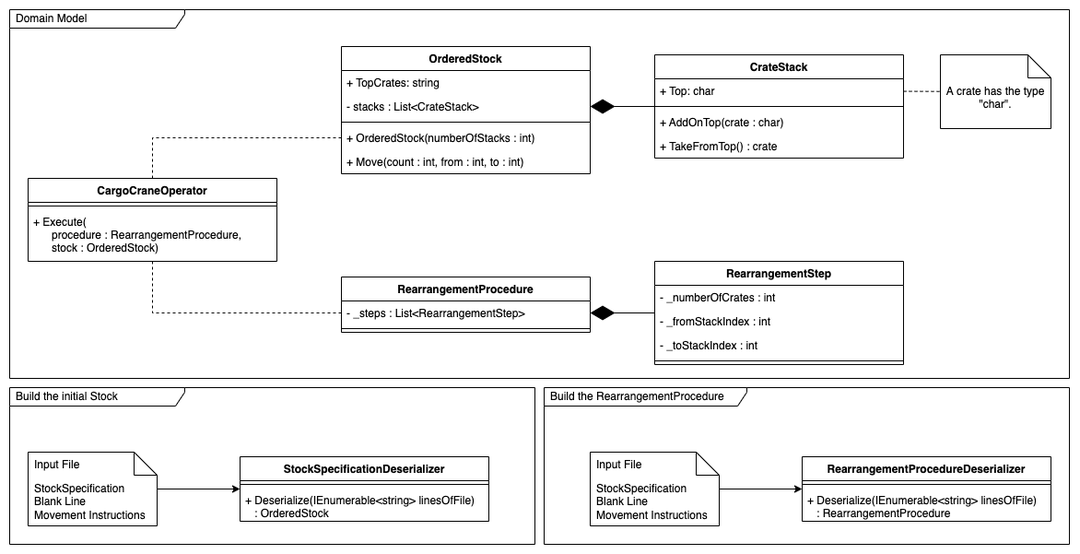
wonderbirds-katas/AdventOfCode2022 keeps this draw.io diagram as Day05SupplyStacks/design.drawio.png. Above is the earlier version. Source tidied: cells renumbered, new cells last; positions are measured from the earlier drawing's top-left corner, leaving out a move shared by most shapes.
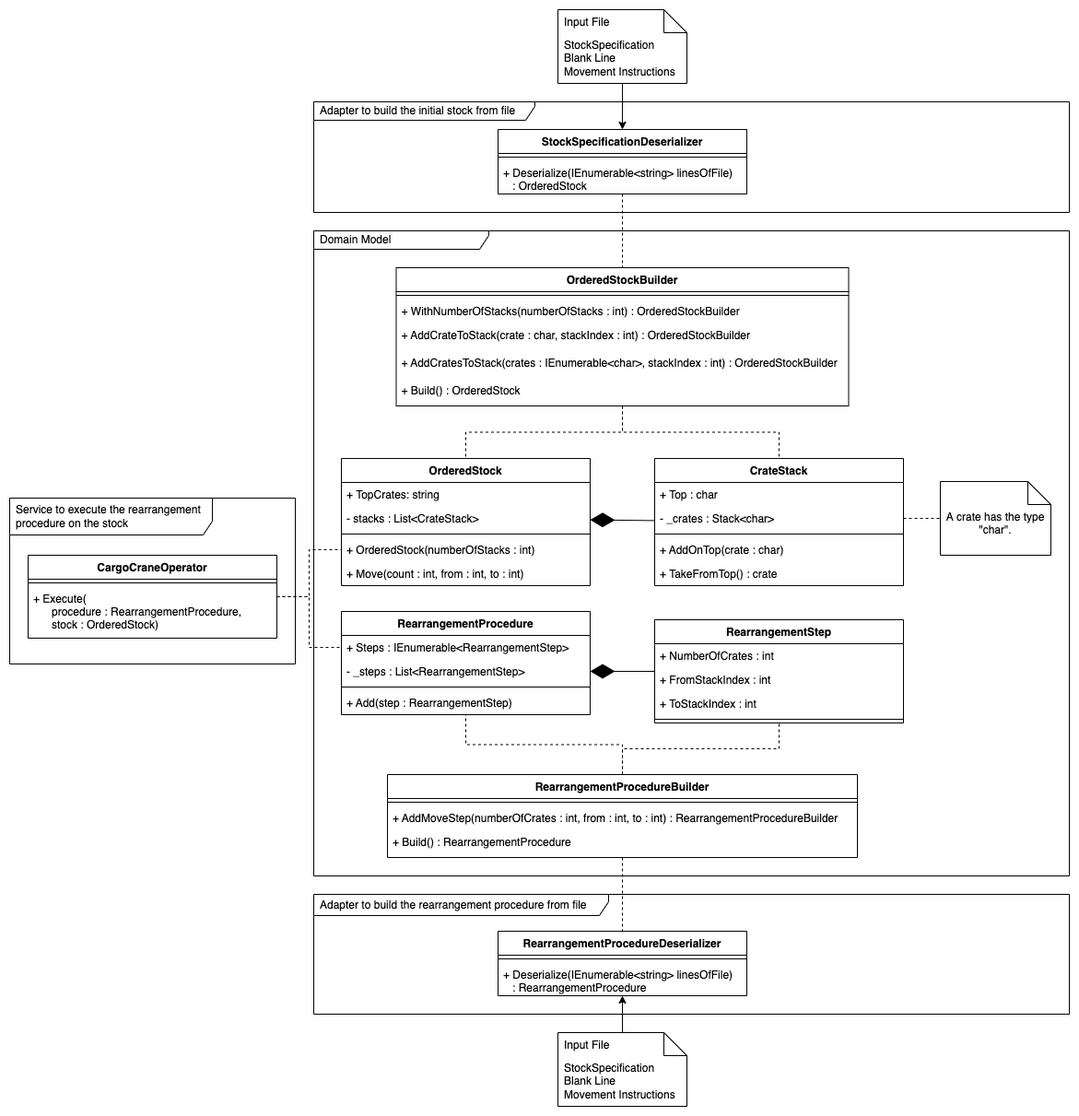
After the commit.

What changed in the source:
```diff
@@ -3,25 +3,28 @@
     <mxCell id="0" />
     <mxCell id="1" parent="0" />
     <mxCell id="2" style="rounded=0;whiteSpace=wrap;html=1;strokeColor=none;" parent="1" vertex="1">
-      <mxGeometry width="1170" height="600" as="geometry" />
+      <mxGeometry x="1169" y="-827" width="1170" height="1210" as="geometry" />
     </mxCell>
     <mxCell id="3" value="Domain Model" style="shape=umlFrame;whiteSpace=wrap;html=1;width=190;height=20;boundedLbl=1;verticalAlign=middle;align=left;spacingLeft=5;" parent="1" vertex="1">
-      <mxGeometry x="10" y="10" width="1150" height="400" as="geometry" />
+      <mxGeometry x="1509" y="-577" width="820" height="700" as="geometry" />
     </mxCell>
     <mxCell id="4" value="CrateStack" style="swimlane;fontStyle=1;align=center;verticalAlign=top;horizontal=1;startSize=26;" parent="1" vertex="1">
-      <mxGeometry x="710" y="59" width="270" height="112" as="geometry" />
+      <mxGeometry x="1879" y="-330" width="270" height="138" as="geometry" />
     </mxCell>
+    <mxCell id="46" value="+ Top : char" style="text;strokeColor=none;fillColor=none;align=left;verticalAlign=top;spacingLeft=4;spacingRight=4;overflow=hidden;" parent="4" vertex="1">
+      <mxGeometry y="26" width="270" height="26" as="geometry" />
+    </mxCell>
-    <mxCell id="5" value="+ Top: char" style="text;strokeColor=none;fillColor=none;align=left;verticalAlign=top;spacingLeft=4;spacingRight=4;overflow=hidden;points=[[0,0.5],[1,0.5]];portConstraint=eastwest;" parent="4" vertex="1">
-      <mxGeometry y="26" width="270" height="26" as="geometry" />
+    <mxCell id="5" value="- _crates : Stack&lt;char&gt;" style="text;strokeColor=none;fillColor=none;align=left;verticalAlign=top;spacingLeft=4;spacingRight=4;overflow=hidden;points=[[0,0.5],[1,0.5]];portConstraint=eastwest;" parent="4" vertex="1">
+      <mxGeometry y="52" width="270" height="26" as="geometry" />
     </mxCell>
     <mxCell id="6" style="line;strokeWidth=1;fillColor=none;align=left;verticalAlign=middle;spacingTop=-1;spacingLeft=3;spacingRight=3;labelPosition=right;strokeColor=inherit;" parent="4" vertex="1">
-      <mxGeometry y="52" width="270" height="8" as="geometry" />
+      <mxGeometry y="78" width="270" height="8" as="geometry" />
     </mxCell>
     <mxCell id="7" value="+ AddOnTop(crate : char)" style="text;strokeColor=none;fillColor=none;align=left;verticalAlign=top;spacingLeft=4;spacingRight=4;overflow=hidden;" parent="4" vertex="1">
-      <mxGeometry y="60" width="270" height="26" as="geometry" />
+      <mxGeometry y="86" width="270" height="26" as="geometry" />
     </mxCell>
     <mxCell id="8" value="+ TakeFromTop() : crate" style="text;strokeColor=none;fillColor=none;align=left;verticalAlign=top;spacingLeft=4;spacingRight=4;overflow=hidden;" parent="4" vertex="1">
-      <mxGeometry y="86" width="270" height="26" as="geometry" />
+      <mxGeometry y="112" width="270" height="26" as="geometry" />
     </mxCell>
     <mxCell id="9" style="edgeStyle=orthogonalEdgeStyle;rounded=0;jettySize=auto;html=1;entryX=0;entryY=0.5;entryDx=0;entryDy=0;dashed=1;endArrow=none;endFill=0;" parent="1" edge="1" source="11" target="18">
       <mxGeometry relative="1" as="geometry" />
@@ -30,7 +33,7 @@
       <mxGeometry relative="1" as="geometry" />
     </mxCell>
     <mxCell id="11" value="CargoCraneOperator" style="swimlane;fontStyle=1;align=center;verticalAlign=top;horizontal=1;startSize=26;" parent="1" vertex="1">
-      <mxGeometry x="30" y="193" width="270" height="90" as="geometry" />
+      <mxGeometry x="1199" y="-225" width="270" height="90" as="geometry" />
     </mxCell>
     <mxCell id="12" style="line;strokeWidth=1;fillColor=none;align=left;verticalAlign=middle;spacingTop=-1;spacingLeft=3;spacingRight=3;labelPosition=right;strokeColor=inherit;" parent="11" vertex="1">
       <mxGeometry y="26" width="270" height="8" as="geometry" />
@@ -39,7 +42,7 @@
       <mxGeometry y="34" width="270" height="56" as="geometry" />
     </mxCell>
     <mxCell id="14" value="OrderedStock" style="swimlane;fontStyle=1;align=center;verticalAlign=top;horizontal=1;startSize=26;" parent="1" vertex="1">
-      <mxGeometry x="370" y="50" width="270" height="138" as="geometry" />
+      <mxGeometry x="1539" y="-330" width="270" height="138" as="geometry" />
     </mxCell>
     <mxCell id="15" value="+ TopCrates: string" style="text;strokeColor=none;fillColor=none;align=left;verticalAlign=top;spacingLeft=4;spacingRight=4;overflow=hidden;" parent="14" vertex="1">
       <mxGeometry y="26" width="270" height="26" as="geometry" />
@@ -57,7 +60,7 @@
       <mxGeometry y="112" width="270" height="26" as="geometry" />
     </mxCell>
     <mxCell id="20" value="A crate has the type &quot;char&quot;." style="shape=note2;boundedLbl=1;whiteSpace=wrap;html=1;size=25;verticalAlign=top;align=center;" parent="1" vertex="1">
-      <mxGeometry x="1020" y="59" width="120" height="80" as="geometry" />
+      <mxGeometry x="2189" y="-305" width="120" height="80" as="geometry" />
     </mxCell>
     <mxCell id="21" style="endArrow=none;dashed=1;html=1;rounded=0;" parent="1" edge="1" source="5" target="20">
       <mxGeometry relative="1" as="geometry" />
@@ -65,20 +68,23 @@
     <mxCell id="22" style="endArrow=diamondThin;endFill=1;endSize=24;html=1;rounded=0;" parent="1" edge="1" source="4" target="16">
       <mxGeometry relative="1" as="geometry" />
     </mxCell>
-    <mxCell id="23" value="Build the initial Stock" style="shape=umlFrame;whiteSpace=wrap;html=1;width=190;height=20;boundedLbl=1;verticalAlign=middle;align=left;spacingLeft=5;" parent="1" vertex="1">
-      <mxGeometry x="10" y="420" width="570" height="170" as="geometry" />
+    <mxCell id="23" value="Adapter to build the initial stock from file" style="shape=umlFrame;whiteSpace=wrap;html=1;width=240;height=20;boundedLbl=1;verticalAlign=middle;align=left;spacingLeft=5;" parent="1" vertex="1">
+      <mxGeometry x="1509" y="-717" width="820" height="120" as="geometry" />
     </mxCell>
     <mxCell id="24" style="edgeStyle=orthogonalEdgeStyle;rounded=0;jettySize=auto;html=1;" parent="1" edge="1" source="25" target="27">
       <mxGeometry relative="1" as="geometry" />
     </mxCell>
     <mxCell id="25" value="StockSpecification&lt;br&gt;Blank Line&lt;br&gt;Movement Instructions" style="shape=note2;boundedLbl=1;whiteSpace=wrap;html=1;size=25;verticalAlign=top;align=left;spacingLeft=5;" parent="1" vertex="1">
-      <mxGeometry x="30" y="490" width="140" height="80" as="geometry" />
+      <mxGeometry x="1774" y="-817" width="140" height="80" as="geometry" />
     </mxCell>
     <mxCell id="26" value="Input File" style="strokeColor=none;fillColor=none;align=left;spacingLeft=5;" parent="25" vertex="1">
       <mxGeometry width="140" height="25" relative="1" as="geometry" />
     </mxCell>
+    <mxCell id="47" style="edgeStyle=orthogonalEdgeStyle;rounded=0;jettySize=auto;html=1;dashed=1;endArrow=none;endFill=0;" parent="1" edge="1" source="27" target="59">
+      <mxGeometry relative="1" as="geometry" />
+    </mxCell>
     <mxCell id="27" value="StockSpecificationDeserializer" style="swimlane;fontStyle=1;align=center;verticalAlign=top;horizontal=1;startSize=26;" parent="1" vertex="1">
-      <mxGeometry x="260" y="495" width="270" height="70" as="geometry" />
+      <mxGeometry x="1709" y="-687" width="270" height="70" as="geometry" />
     </mxCell>
     <mxCell id="28" style="line;strokeWidth=1;fillColor=none;align=left;verticalAlign=middle;spacingTop=-1;spacingLeft=3;spacingRight=3;labelPosition=right;strokeColor=inherit;" parent="27" vertex="1">
       <mxGeometry y="26" width="270" height="8" as="geometry" />
@@ -87,46 +93,52 @@
       <mxGeometry y="34" width="270" height="36" as="geometry" />
     </mxCell>
     <mxCell id="30" value="RearrangementProcedure" style="swimlane;fontStyle=1;align=center;verticalAlign=top;horizontal=1;startSize=26;" parent="1" vertex="1">
-      <mxGeometry x="370" y="300" width="270" height="60" as="geometry" />
+      <mxGeometry x="1539" y="-164" width="270" height="112" as="geometry" />
     </mxCell>
-    <mxCell id="31" value="- _steps : List&lt;RearrangementStep&gt;" style="text;strokeColor=none;fillColor=none;align=left;verticalAlign=top;spacingLeft=4;spacingRight=4;overflow=hidden;points=[[0,0.5],[1,0.5]];portConstraint=eastwest;" parent="30" vertex="1">
+    <mxCell id="31" value="+ Steps : IEnumerable&lt;RearrangementStep&gt;" style="text;strokeColor=none;fillColor=none;align=left;verticalAlign=top;spacingLeft=4;spacingRight=4;overflow=hidden;points=[[0,0.5],[1,0.5]];portConstraint=eastwest;" parent="30" vertex="1">
       <mxGeometry y="26" width="270" height="26" as="geometry" />
     </mxCell>
+    <mxCell id="48" value="- _steps : List&lt;RearrangementStep&gt;" style="text;strokeColor=none;fillColor=none;align=left;verticalAlign=top;spacingLeft=4;spacingRight=4;overflow=hidden;points=[[0,0.5],[1,0.5]];portConstraint=eastwest;" parent="30" vertex="1">
+      <mxGeometry y="52" width="270" height="26" as="geometry" />
+    </mxCell>
     <mxCell id="32" style="line;strokeWidth=1;fillColor=none;align=left;verticalAlign=middle;spacingTop=-1;spacingLeft=3;spacingRight=3;labelPosition=right;strokeColor=inherit;" parent="30" vertex="1">
-      <mxGeometry y="52" width="270" height="8" as="geometry" />
+      <mxGeometry y="78" width="270" height="8" as="geometry" />
     </mxCell>
+    <mxCell id="49" value="+ Add(step : RearrangementStep)" style="text;strokeColor=none;fillColor=none;align=left;verticalAlign=top;spacingLeft=4;spacingRight=4;overflow=hidden;" parent="30" vertex="1">
+      <mxGeometry y="86" width="270" height="26" as="geometry" />
+    </mxCell>
     <mxCell id="33" value="RearrangementStep" style="swimlane;fontStyle=1;align=center;verticalAlign=top;horizontal=1;startSize=26;" parent="1" vertex="1">
-      <mxGeometry x="710" y="283" width="270" height="112" as="geometry" />
+      <mxGeometry x="1879" y="-155" width="270" height="112" as="geometry" />
     </mxCell>
-    <mxCell id="34" value="- _numberOfCrates : int" style="text;strokeColor=none;fillColor=none;align=left;verticalAlign=top;spacingLeft=4;spacingRight=4;overflow=hidden;" parent="33" vertex="1">
+    <mxCell id="34" value="+ NumberOfCrates : int" style="text;strokeColor=none;fillColor=none;align=left;verticalAlign=top;spacingLeft=4;spacingRight=4;overflow=hidden;" parent="33" vertex="1">
       <mxGeometry y="26" width="270" height="26" as="geometry" />
     </mxCell>
-    <mxCell id="35" value="- _fromStackIndex : int" style="text;strokeColor=none;fillColor=none;align=left;verticalAlign=top;spacingLeft=4;spacingRight=4;overflow=hidden;" parent="33" vertex="1">
+    <mxCell id="35" value="+ FromStackIndex : int" style="text;strokeColor=none;fillColor=none;align=left;verticalAlign=top;spacingLeft=4;spacingRight=4;overflow=hidden;" parent="33" vertex="1">
       <mxGeometry y="52" width="270" height="26" as="geometry" />
     </mxCell>
-    <mxCell id="36" value="- _toStackIndex : int" style="text;strokeColor=none;fillColor=none;align=left;verticalAlign=top;spacingLeft=4;spacingRight=4;overflow=hidden;" parent="33" vertex="1">
+    <mxCell id="36" value="+ ToStackIndex : int" style="text;strokeColor=none;fillColor=none;align=left;verticalAlign=top;spacingLeft=4;spacingRight=4;overflow=hidden;" parent="33" vertex="1">
       <mxGeometry y="78" width="270" height="26" as="geometry" />
     </mxCell>
     <mxCell id="37" style="line;strokeWidth=1;fillColor=none;align=left;verticalAlign=middle;spacingTop=-1;spacingLeft=3;spacingRight=3;labelPosition=right;strokeColor=inherit;" parent="33" vertex="1">
       <mxGeometry y="104" width="270" height="8" as="geometry" />
     </mxCell>
-    <mxCell id="38" style="endArrow=diamondThin;endFill=1;endSize=24;html=1;rounded=0;" parent="1" edge="1" source="33" target="31">
+    <mxCell id="38" style="endArrow=diamondThin;endFill=1;endSize=24;html=1;rounded=0;" parent="1" edge="1" source="33" target="48">
       <mxGeometry relative="1" as="geometry" />
     </mxCell>
-    <mxCell id="39" value="Build the RearrangementProcedure" style="shape=umlFrame;whiteSpace=wrap;html=1;width=220;height=20;boundedLbl=1;verticalAlign=middle;align=left;spacingLeft=5;" parent="1" vertex="1">
-      <mxGeometry x="590" y="420" width="570" height="170" as="geometry" />
+    <mxCell id="39" value="Adapter to build the rearrangement procedure from file" style="shape=umlFrame;whiteSpace=wrap;html=1;width=320;height=23;boundedLbl=1;verticalAlign=middle;align=left;spacingLeft=5;" parent="1" vertex="1">
+      <mxGeometry x="1509" y="143" width="820" height="130" as="geometry" />
     </mxCell>
     <mxCell id="40" style="edgeStyle=orthogonalEdgeStyle;rounded=0;jettySize=auto;html=1;" parent="1" edge="1" source="41" target="43">
       <mxGeometry relative="1" as="geometry" />
     </mxCell>
     <mxCell id="41" value="StockSpecification&lt;br&gt;Blank Line&lt;br&gt;Movement Instructions" style="shape=note2;boundedLbl=1;whiteSpace=wrap;html=1;size=25;verticalAlign=top;align=left;spacingLeft=5;" parent="1" vertex="1">
-      <mxGeometry x="640" y="490" width="140" height="80" as="geometry" />
+      <mxGeometry x="1774" y="293" width="140" height="80" as="geometry" />
     </mxCell>
     <mxCell id="42" value="Input File" style="strokeColor=none;fillColor=none;align=left;spacingLeft=5;" parent="41" vertex="1">
       <mxGeometry width="140" height="25" relative="1" as="geometry" />
     </mxCell>
     <mxCell id="43" value="RearrangementProcedureDeserializer" style="swimlane;fontStyle=1;align=center;verticalAlign=top;horizontal=1;startSize=26;" parent="1" vertex="1">
-      <mxGeometry x="870" y="495" width="270" height="70" as="geometry" />
+      <mxGeometry x="1709" y="183" width="270" height="70" as="geometry" />
     </mxCell>
     <mxCell id="44" style="line;strokeWidth=1;fillColor=none;align=left;verticalAlign=middle;spacingTop=-1;spacingLeft=3;spacingRight=3;labelPosition=right;strokeColor=inherit;" parent="43" vertex="1">
       <mxGeometry y="26" width="270" height="8" as="geometry" />
@@ -134,5 +146,53 @@
     <mxCell id="45" value="+ Deserialize(IEnumerable&lt;string&gt; linesOfFile)&#10;   : RearrangementProcedure" style="text;strokeColor=none;fillColor=none;align=left;verticalAlign=top;spacingLeft=4;spacingRight=4;overflow=hidden;" parent="43" vertex="1">
       <mxGeometry y="34" width="270" height="36" as="geometry" />
     </mxCell>
+    <mxCell id="50" style="edgeStyle=orthogonalEdgeStyle;rounded=0;jettySize=auto;html=1;dashed=1;endArrow=none;endFill=0;" parent="1" edge="1" source="52" target="30">
+      <mxGeometry relative="1" as="geometry" />
+    </mxCell>
+    <mxCell id="51" style="edgeStyle=orthogonalEdgeStyle;rounded=0;jettySize=auto;html=1;dashed=1;endArrow=none;endFill=0;" parent="1" edge="1" source="52" target="33">
+      <mxGeometry relative="1" as="geometry" />
+    </mxCell>
+    <mxCell id="52" value="RearrangementProcedureBuilder" style="swimlane;fontStyle=1;align=center;verticalAlign=top;horizontal=1;startSize=26;" parent="1" vertex="1">
+      <mxGeometry x="1589" y="13" width="510" height="90" as="geometry" />
+    </mxCell>
+    <mxCell id="53" style="line;strokeWidth=1;fillColor=none;align=left;verticalAlign=middle;spacingTop=-1;spacingLeft=3;spacingRight=3;labelPosition=right;strokeColor=inherit;" parent="52" vertex="1">
+      <mxGeometry y="26" width="510" height="8" as="geometry" />
+    </mxCell>
+    <mxCell id="54" value="+ AddMoveStep(numberOfCrates : int, from : int, to : int) : RearrangementProcedureBuilder" style="text;strokeColor=none;fillColor=none;align=left;verticalAlign=top;spacingLeft=4;spacingRight=4;overflow=hidden;" parent="52" vertex="1">
+      <mxGeometry y="34" width="510" height="26" as="geometry" />
+    </mxCell>
+    <mxCell id="55" value="+ Build() : RearrangementProcedure" style="text;strokeColor=none;fillColor=none;align=left;verticalAlign=top;spacingLeft=4;spacingRight=4;overflow=hidden;" parent="52" vertex="1">
+      <mxGeometry y="60" width="510" height="30" as="geometry" />
+    </mxCell>
+    <mxCell id="56" style="edgeStyle=orthogonalEdgeStyle;rounded=0;jettySize=auto;html=1;dashed=1;endArrow=none;endFill=0;entryX=0.5;entryY=0;entryDx=0;entryDy=0;" parent="1" edge="1" source="52" target="43">
+      <mxGeometry relative="1" as="geometry" />
+    </mxCell>
+    <mxCell id="57" style="edgeStyle=orthogonalEdgeStyle;rounded=0;jettySize=auto;html=1;endArrow=none;endFill=0;dashed=1;" parent="1" edge="1" source="59" target="14">
+      <mxGeometry relative="1" as="geometry" />
+    </mxCell>
+    <mxCell id="58" style="edgeStyle=orthogonalEdgeStyle;rounded=0;jettySize=auto;html=1;entryX=0.5;entryY=0;entryDx=0;entryDy=0;dashed=1;endArrow=none;endFill=0;" parent="1" edge="1" source="59" target="4">
+      <mxGeometry relative="1" as="geometry" />
+    </mxCell>
+    <mxCell id="59" value="OrderedStockBuilder" style="swimlane;fontStyle=1;align=center;verticalAlign=top;horizontal=1;startSize=26;" parent="1" vertex="1">
+      <mxGeometry x="1598.5" y="-537" width="491" height="150" as="geometry" />
+    </mxCell>
+    <mxCell id="60" style="line;strokeWidth=1;fillColor=none;align=left;verticalAlign=middle;spacingTop=-1;spacingLeft=3;spacingRight=3;labelPosition=right;strokeColor=inherit;" parent="59" vertex="1">
+      <mxGeometry y="26" width="491" height="8" as="geometry" />
+    </mxCell>
+    <mxCell id="61" value="+ WithNumberOfStacks(numberOfStacks : int) : OrderedStockBuilder" style="text;strokeColor=none;fillColor=none;align=left;verticalAlign=top;spacingLeft=4;spacingRight=4;overflow=hidden;" parent="59" vertex="1">
+      <mxGeometry y="34" width="491" height="26" as="geometry" />
+    </mxCell>
+    <mxCell id="62" value="+ AddCrateToStack(crate : char, stackIndex : int) : OrderedStockBuilder" style="text;strokeColor=none;fillColor=none;align=left;verticalAlign=top;spacingLeft=4;spacingRight=4;overflow=hidden;" parent="59" vertex="1">
+      <mxGeometry y="60" width="491" height="30" as="geometry" />
+    </mxCell>
+    <mxCell id="63" value="+ AddCratesToStack(crates : IEnumerable&lt;char&gt;, stackIndex : int) : OrderedStockBuilder" style="text;strokeColor=none;fillColor=none;align=left;verticalAlign=top;spacingLeft=4;spacingRight=4;overflow=hidden;" parent="59" vertex="1">
+      <mxGeometry y="90" width="491" height="30" as="geometry" />
+    </mxCell>
+    <mxCell id="64" value="+ Build() : OrderedStock" style="text;strokeColor=none;fillColor=none;align=left;verticalAlign=top;spacingLeft=4;spacingRight=4;overflow=hidden;" parent="59" vertex="1">
+      <mxGeometry y="120" width="491" height="30" as="geometry" />
+    </mxCell>
+    <mxCell id="65" value="Service to execute the rearrangement procedure on the stock" style="shape=umlFrame;whiteSpace=wrap;html=1;width=220;height=40;boundedLbl=1;verticalAlign=middle;align=left;spacingLeft=5;" parent="1" vertex="1">
+      <mxGeometry x="1179" y="-287" width="310" height="180" as="geometry" />
+    </mxCell>
   </root>
 </mxGraphModel>
```
